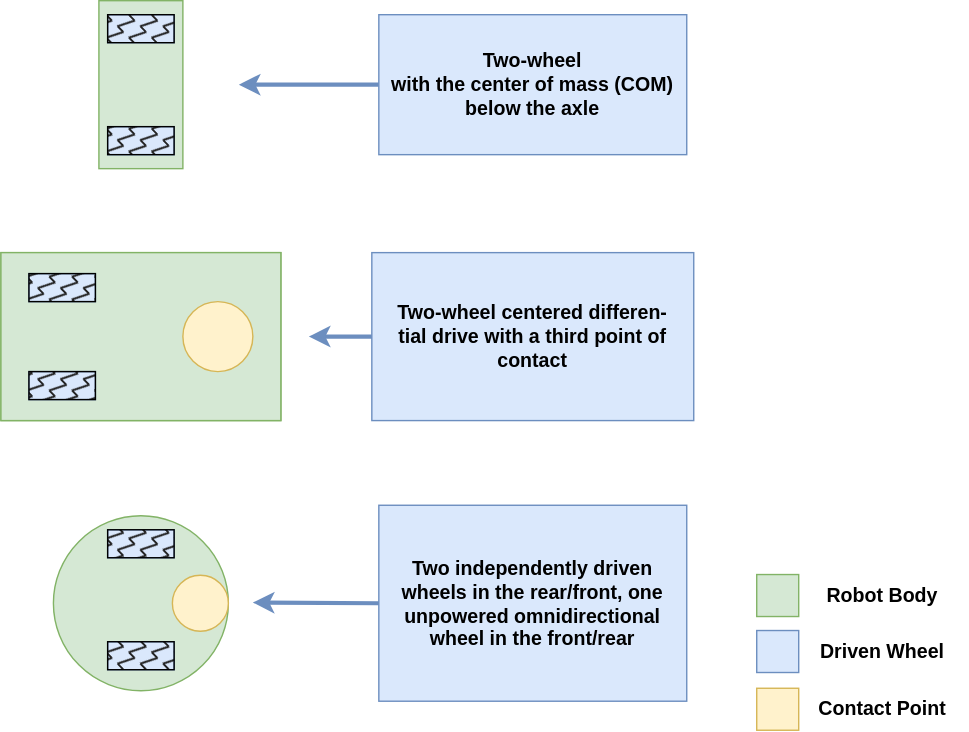
The draw.io diagram Figures/DifferentialDrive.drawio.svg in orjano-max/ORJANOS_MASTER_REPO, before a commit. Source tidied: cells renumbered, new cells last; positions are measured from the earlier drawing's top-left corner, leaving out a move shared by most shapes.
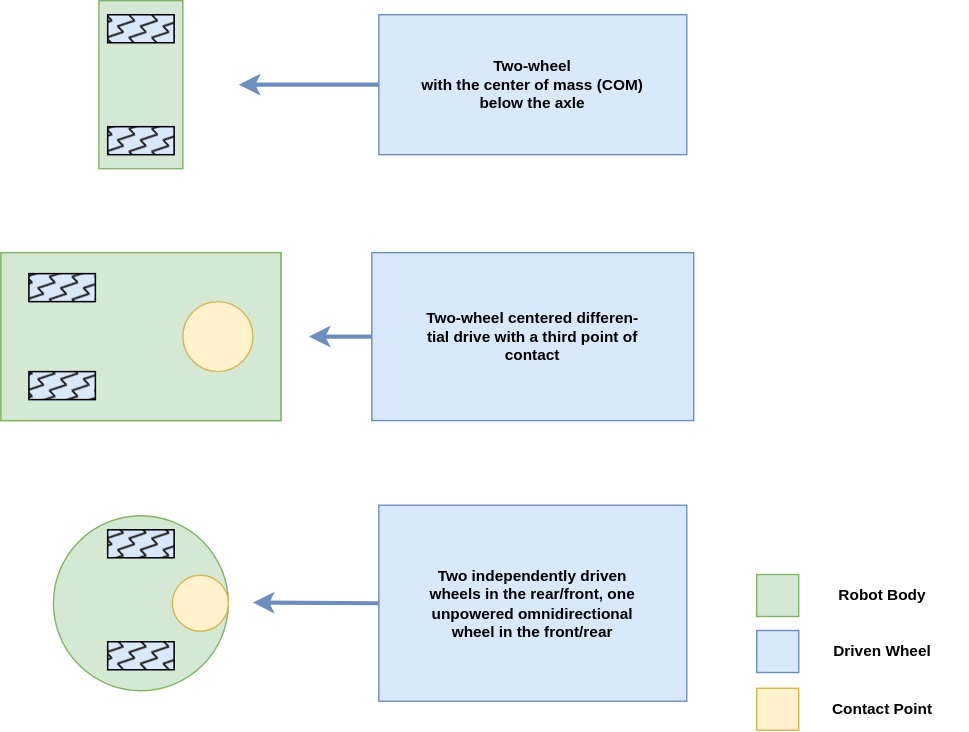
The same diagram one commit later.

The edit, as a diff of the source:
```diff
@@ -67,13 +67,13 @@
         <mxPoint x="170" y="60" as="targetPoint" />
       </mxGeometry>
     </mxCell>
-    <mxCell id="23" value="Two-wheel &lt;span class=&quot;&quot; dir=&quot;ltr&quot; role=&quot;presentation&quot; style=&quot;left: 42.26%; top: 25.94%; font-size: 14px; transform: scaleX(0.80275);&quot;&gt;&lt;/span&gt;&lt;br role=&quot;presentation&quot; style=&quot;font-size: 14px;&quot;&gt;&lt;span dir=&quot;ltr&quot; role=&quot;presentation&quot; style=&quot;left: 42.26%; top: 27.63%; font-size: 14px; transform: scaleX(0.793681);&quot;&gt;with the center of mass (COM)&lt;/span&gt;&lt;br role=&quot;presentation&quot; style=&quot;font-size: 14px;&quot;&gt;&lt;span dir=&quot;ltr&quot; role=&quot;presentation&quot; style=&quot;left: 42.26%; top: 29.32%; font-size: 14px; transform: scaleX(0.79215);&quot;&gt;below the axle&lt;/span&gt;" style="text;html=1;strokeColor=#6c8ebf;fillColor=#dae8fc;align=center;verticalAlign=middle;whiteSpace=wrap;rounded=0;fontSize=14;fontStyle=1;fontFamily=Helvetica;" parent="1" vertex="1">
+    <mxCell id="23" value="Two-wheel &lt;span class=&quot;&quot; dir=&quot;ltr&quot; role=&quot;presentation&quot; style=&quot;left: 42.26%; top: 25.94%; font-size: 11px; transform: scaleX(0.80275);&quot;&gt;&lt;/span&gt;&lt;br role=&quot;presentation&quot; style=&quot;font-size: 11px;&quot;&gt;&lt;span dir=&quot;ltr&quot; role=&quot;presentation&quot; style=&quot;left: 42.26%; top: 27.63%; font-size: 11px; transform: scaleX(0.793681);&quot;&gt;with the center of mass (COM)&lt;/span&gt;&lt;br role=&quot;presentation&quot; style=&quot;font-size: 11px;&quot;&gt;&lt;span dir=&quot;ltr&quot; role=&quot;presentation&quot; style=&quot;left: 42.26%; top: 29.32%; font-size: 11px; transform: scaleX(0.79215);&quot;&gt;below the axle&lt;/span&gt;" style="text;html=1;strokeColor=#6c8ebf;fillColor=#dae8fc;align=center;verticalAlign=middle;whiteSpace=wrap;rounded=0;fontSize=11;fontStyle=1;fontFamily=Helvetica;" parent="1" vertex="1">
       <mxGeometry x="270" y="10" width="220" height="100" as="geometry" />
     </mxCell>
-    <mxCell id="24" value="Two-wheel centered differen-&lt;br role=&quot;presentation&quot; style=&quot;font-size: 14px;&quot;&gt;&lt;span class=&quot;&quot; dir=&quot;ltr&quot; role=&quot;presentation&quot; style=&quot;left: 42.26%; top: 36.37%; font-size: 14px; transform: scaleX(0.788026);&quot;&gt;tial drive with a third point of&lt;/span&gt;&lt;br role=&quot;presentation&quot; style=&quot;font-size: 14px;&quot;&gt;&lt;span dir=&quot;ltr&quot; role=&quot;presentation&quot; style=&quot;left: 42.26%; top: 38.07%; font-size: 14px; transform: scaleX(0.766178);&quot;&gt;contact&lt;/span&gt;" style="text;html=1;strokeColor=#6c8ebf;fillColor=#dae8fc;align=center;verticalAlign=middle;whiteSpace=wrap;rounded=0;fontSize=14;fontStyle=1;fontFamily=Helvetica;" parent="1" vertex="1">
+    <mxCell id="24" value="Two-wheel centered differen-&lt;br role=&quot;presentation&quot; style=&quot;font-size: 11px;&quot;&gt;&lt;span class=&quot;&quot; dir=&quot;ltr&quot; role=&quot;presentation&quot; style=&quot;left: 42.26%; top: 36.37%; font-size: 11px; transform: scaleX(0.788026);&quot;&gt;tial drive with a third point of&lt;/span&gt;&lt;br role=&quot;presentation&quot; style=&quot;font-size: 11px;&quot;&gt;&lt;span dir=&quot;ltr&quot; role=&quot;presentation&quot; style=&quot;left: 42.26%; top: 38.07%; font-size: 11px; transform: scaleX(0.766178);&quot;&gt;contact&lt;/span&gt;" style="text;html=1;strokeColor=#6c8ebf;fillColor=#dae8fc;align=center;verticalAlign=middle;whiteSpace=wrap;rounded=0;fontSize=11;fontStyle=1;fontFamily=Helvetica;" parent="1" vertex="1">
       <mxGeometry x="265" y="180" width="230" height="120" as="geometry" />
     </mxCell>
-    <mxCell id="25" value="Two independently driven&lt;br role=&quot;presentation&quot; style=&quot;font-size: 14px;&quot;&gt;&lt;span dir=&quot;ltr&quot; role=&quot;presentation&quot; style=&quot;left: 42.26%; top: 44.73%; font-size: 14px; transform: scaleX(0.773424);&quot;&gt;wheels in the rear/front, one&lt;/span&gt;&lt;br role=&quot;presentation&quot; style=&quot;font-size: 14px;&quot;&gt;&lt;span dir=&quot;ltr&quot; role=&quot;presentation&quot; style=&quot;left: 42.26%; top: 46.44%; font-size: 14px; transform: scaleX(0.78742);&quot;&gt;unpowered omnidirectional&lt;/span&gt;&lt;br role=&quot;presentation&quot; style=&quot;font-size: 14px;&quot;&gt;&lt;span dir=&quot;ltr&quot; role=&quot;presentation&quot; style=&quot;left: 42.26%; top: 48.13%; font-size: 14px; transform: scaleX(0.771916);&quot;&gt;wheel in the front/rear&lt;/span&gt;" style="text;html=1;strokeColor=#6c8ebf;fillColor=#dae8fc;align=center;verticalAlign=middle;whiteSpace=wrap;rounded=0;fontSize=14;fontStyle=1;fontFamily=Helvetica;" parent="1" vertex="1">
+    <mxCell id="25" value="Two independently driven&lt;br role=&quot;presentation&quot; style=&quot;font-size: 11px;&quot;&gt;&lt;span dir=&quot;ltr&quot; role=&quot;presentation&quot; style=&quot;left: 42.26%; top: 44.73%; font-size: 11px; transform: scaleX(0.773424);&quot;&gt;wheels in the rear/front, one&lt;/span&gt;&lt;br role=&quot;presentation&quot; style=&quot;font-size: 11px;&quot;&gt;&lt;span dir=&quot;ltr&quot; role=&quot;presentation&quot; style=&quot;left: 42.26%; top: 46.44%; font-size: 11px; transform: scaleX(0.78742);&quot;&gt;unpowered omnidirectional&lt;/span&gt;&lt;br role=&quot;presentation&quot; style=&quot;font-size: 11px;&quot;&gt;&lt;span dir=&quot;ltr&quot; role=&quot;presentation&quot; style=&quot;left: 42.26%; top: 48.13%; font-size: 11px; transform: scaleX(0.771916);&quot;&gt;wheel in the front/rear&lt;/span&gt;" style="text;html=1;strokeColor=#6c8ebf;fillColor=#dae8fc;align=center;verticalAlign=middle;whiteSpace=wrap;rounded=0;fontSize=11;fontStyle=1;fontFamily=Helvetica;" parent="1" vertex="1">
       <mxGeometry x="270" y="360.5" width="220" height="140" as="geometry" />
     </mxCell>
     <mxCell id="26" style="rounded=0;jettySize=auto;html=1;exitX=0;exitY=0.5;exitDx=0;exitDy=0;strokeWidth=3;fillColor=#dae8fc;strokeColor=#6c8ebf;" parent="1" edge="1" source="24">
@@ -95,13 +95,13 @@
     <mxCell id="30" style="whiteSpace=wrap;html=1;fillColor=#fff2cc;strokeColor=#d6b656;" parent="1" vertex="1">
       <mxGeometry x="540" y="491.2" width="30" height="30" as="geometry" />
     </mxCell>
-    <mxCell id="31" value="Robot Body" style="text;html=1;strokeColor=none;fillColor=none;align=center;verticalAlign=middle;whiteSpace=wrap;rounded=0;fontSize=14;fontStyle=1;" parent="1" vertex="1">
+    <mxCell id="31" value="Robot Body" style="text;html=1;strokeColor=none;fillColor=none;align=center;verticalAlign=middle;whiteSpace=wrap;rounded=0;fontSize=11;fontStyle=1;" parent="1" vertex="1">
       <mxGeometry x="570" y="410" width="120" height="30" as="geometry" />
     </mxCell>
-    <mxCell id="32" value="Driven Wheel" style="text;html=1;strokeColor=none;fillColor=none;align=center;verticalAlign=middle;whiteSpace=wrap;rounded=0;fontSize=14;fontStyle=1;" parent="1" vertex="1">
+    <mxCell id="32" value="Driven Wheel" style="text;html=1;strokeColor=none;fillColor=none;align=center;verticalAlign=middle;whiteSpace=wrap;rounded=0;fontSize=11;fontStyle=1;" parent="1" vertex="1">
       <mxGeometry x="570" y="450" width="120" height="30" as="geometry" />
     </mxCell>
-    <mxCell id="33" value="Contact Point" style="text;html=1;strokeColor=none;fillColor=none;align=center;verticalAlign=middle;whiteSpace=wrap;rounded=0;fontSize=14;fontStyle=1;" parent="1" vertex="1">
+    <mxCell id="33" value="Contact Point" style="text;html=1;strokeColor=none;fillColor=none;align=center;verticalAlign=middle;whiteSpace=wrap;rounded=0;fontSize=11;fontStyle=1;" parent="1" vertex="1">
       <mxGeometry x="570" y="491.2" width="120" height="30" as="geometry" />
     </mxCell>
   </root>
```
